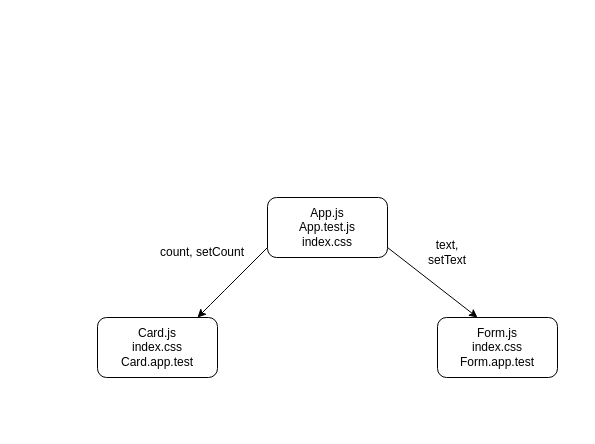
Above: componentTree.drawio in SchoolOfCode/bc14_w7_project-frontend-agile-avengers-room-2 (draw.io), before the change. Source tidied: cells renumbered, new cells numbered last; positions are measured from the earlier drawing's top-left corner, leaving out a move shared by most shapes. Both pictures are drawn from the tidied source at 100%, with x=0, y=0 at pixel (97, 197).
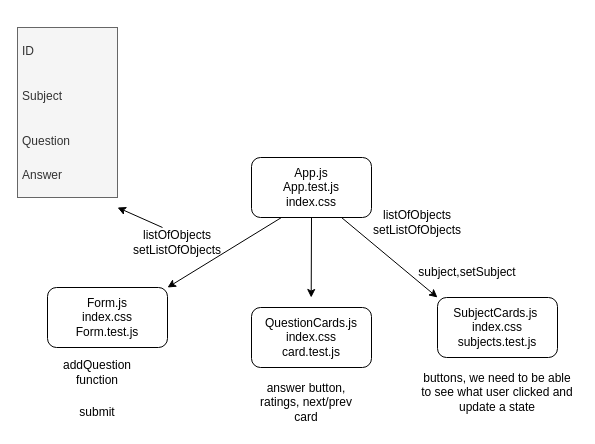
The same diagram, later.

Commit message:
component tree

Diff of the diagram source:
```diff
@@
 <mxGraphModel>
   <root>
     <mxCell id="0" />
     <mxCell id="1" parent="0" />
+    <mxCell id="9" style="edgeStyle=none;html=1;exitX=0.25;exitY=1;exitDx=0;exitDy=0;entryX=1;entryY=0;entryDx=0;entryDy=0;" parent="1" edge="1" source="2" target="6">
+      <mxGeometry relative="1" as="geometry" />
+    </mxCell>
+    <mxCell id="10" style="edgeStyle=none;html=1;exitX=0.75;exitY=1;exitDx=0;exitDy=0;entryX=0;entryY=0;entryDx=0;entryDy=0;" parent="1" edge="1" source="2" target="3">
+      <mxGeometry relative="1" as="geometry" />
+    </mxCell>
+    <mxCell id="11" style="edgeStyle=none;html=1;exitX=0.5;exitY=1;exitDx=0;exitDy=0;" parent="1" edge="1" source="2">
+      <mxGeometry relative="1" as="geometry">
+        <mxPoint x="213.7" y="100" as="targetPoint" />
+      </mxGeometry>
+    </mxCell>
     <mxCell id="2" value="App.js&lt;br&gt;App.test.js&lt;br&gt;index.css" style="rounded=1;whiteSpace=wrap;html=1;" parent="1" vertex="1">
-      <mxGeometry x="170" width="120" height="60" as="geometry" />
+      <mxGeometry x="154" y="-40" width="120" height="60" as="geometry" />
     </mxCell>
-    <mxCell id="3" value="Card.js&lt;br&gt;index.css&lt;br&gt;Card.app.test&lt;br&gt;" style="rounded=1;whiteSpace=wrap;html=1;" parent="1" vertex="1">
-      <mxGeometry y="120" width="120" height="60" as="geometry" />
+    <mxCell id="3" value="SubjectCards.js&amp;nbsp;&lt;br&gt;index.css&lt;br&gt;subjects.test.js" style="rounded=1;whiteSpace=wrap;html=1;" parent="1" vertex="1">
+      <mxGeometry x="340" y="100" width="120" height="60" as="geometry" />
     </mxCell>
-    <mxCell id="4" style="endArrow=classic;html=1;" parent="1" edge="1">
-      <mxGeometry relative="1" as="geometry">
-        <mxPoint x="170" y="50" as="sourcePoint" />
-        <mxPoint x="100" y="120" as="targetPoint" />
-        <Array as="points">
-          <mxPoint x="120" y="100" />
-        </Array>
-      </mxGeometry>
-    </mxCell>
-    <mxCell id="5" style="endArrow=classic;html=1;" parent="1" edge="1">
-      <mxGeometry relative="1" as="geometry">
-        <mxPoint x="290" y="50" as="sourcePoint" />
-        <mxPoint x="380" y="120" as="targetPoint" />
-      </mxGeometry>
-    </mxCell>
-    <mxCell id="6" value="Form.js&lt;br&gt;index.css&lt;br&gt;Form.app.test" style="rounded=1;whiteSpace=wrap;html=1;" parent="1" vertex="1">
-      <mxGeometry x="340" y="120" width="120" height="60" as="geometry" />
+    <mxCell id="6" value="Form.js&lt;br&gt;index.css&lt;br&gt;Form.test.js" style="rounded=1;whiteSpace=wrap;html=1;" parent="1" vertex="1">
+      <mxGeometry x="-50" y="90" width="120" height="60" as="geometry" />
     </mxCell>
-    <mxCell id="7" value="text, setText" style="text;html=1;strokeColor=none;fillColor=none;align=center;verticalAlign=middle;whiteSpace=wrap;rounded=0;" parent="1" vertex="1">
-      <mxGeometry x="320" y="40" width="60" height="30" as="geometry" />
-    </mxCell>
-    <mxCell id="8" value="count, setCount" style="text;html=1;strokeColor=none;fillColor=none;align=center;verticalAlign=middle;whiteSpace=wrap;rounded=0;" parent="1" vertex="1">
-      <mxGeometry x="30" y="40" width="150" height="30" as="geometry" />
-    </mxCell>
+    <mxCell id="12" style="edgeStyle=none;html=1;exitX=0.25;exitY=0;exitDx=0;exitDy=0;" parent="1" edge="1" source="13">
+      <mxGeometry relative="1" as="geometry">
+        <mxPoint x="20" y="10" as="targetPoint" />
+      </mxGeometry>
+    </mxCell>
+    <mxCell id="13" value="listOfObjects&lt;br&gt;setListOfObjects" style="text;html=1;strokeColor=none;fillColor=none;align=center;verticalAlign=middle;whiteSpace=wrap;rounded=0;" parent="1" vertex="1">
+      <mxGeometry x="50" y="30" width="60" height="30" as="geometry" />
+    </mxCell>
+    <mxCell id="14" value="&lt;h1&gt;&lt;span style=&quot;background-color: initial; font-size: 12px; font-weight: normal;&quot;&gt;ID&lt;/span&gt;&lt;/h1&gt;&lt;h1&gt;&lt;span style=&quot;background-color: initial; font-size: 12px; font-weight: normal;&quot;&gt;Subject&lt;/span&gt;&lt;/h1&gt;&lt;h1&gt;&lt;span style=&quot;background-color: initial; font-size: 12px; font-weight: normal;&quot;&gt;Question&lt;/span&gt;&lt;br&gt;&lt;/h1&gt;&lt;p&gt;Answer&lt;/p&gt;&lt;p&gt;&lt;br&gt;&lt;/p&gt;" style="text;html=1;strokeColor=#666666;fillColor=#f5f5f5;spacing=5;spacingTop=-20;whiteSpace=wrap;overflow=hidden;rounded=0;fontColor=#333333;" parent="1" vertex="1">
+      <mxGeometry x="-80" y="-170" width="100" height="170" as="geometry" />
+    </mxCell>
+    <mxCell id="15" value="QuestionCards.js&lt;br&gt;index.css&lt;br&gt;card.test.js" style="rounded=1;whiteSpace=wrap;html=1;" parent="1" vertex="1">
+      <mxGeometry x="154" y="110" width="120" height="60" as="geometry" />
+    </mxCell>
+    <mxCell id="16" value="addQuestion function" style="text;html=1;align=center;verticalAlign=middle;whiteSpace=wrap;rounded=0;" parent="1" vertex="1">
+      <mxGeometry x="-30" y="160" width="60" height="30" as="geometry" />
+    </mxCell>
+    <mxCell id="17" value="listOfObjects&lt;br&gt;setListOfObjects" style="text;html=1;strokeColor=none;fillColor=none;align=center;verticalAlign=middle;whiteSpace=wrap;rounded=0;" parent="1" vertex="1">
+      <mxGeometry x="290" y="10" width="60" height="30" as="geometry" />
+    </mxCell>
+    <mxCell id="18" value="submit" style="text;html=1;strokeColor=none;fillColor=none;align=center;verticalAlign=middle;whiteSpace=wrap;rounded=0;" parent="1" vertex="1">
+      <mxGeometry x="-30" y="200" width="60" height="30" as="geometry" />
+    </mxCell>
+    <mxCell id="19" value="answer button,&lt;br&gt;ratings, next/prev card" style="text;html=1;strokeColor=none;fillColor=none;align=center;verticalAlign=middle;whiteSpace=wrap;rounded=0;" parent="1" vertex="1">
+      <mxGeometry x="154" y="190" width="110" height="30" as="geometry" />
+    </mxCell>
+    <mxCell id="20" value="buttons, we need to be able to see what user clicked and update a state" style="text;html=1;strokeColor=none;fillColor=none;align=center;verticalAlign=middle;whiteSpace=wrap;rounded=0;" parent="1" vertex="1">
+      <mxGeometry x="320" y="180" width="160" height="30" as="geometry" />
+    </mxCell>
+    <mxCell id="21" value="subject,setSubject" style="text;html=1;strokeColor=none;fillColor=none;align=center;verticalAlign=middle;whiteSpace=wrap;rounded=0;" parent="1" vertex="1">
+      <mxGeometry x="340" y="60" width="60" height="30" as="geometry" />
+    </mxCell>
   </root>
 </mxGraphModel>
```
